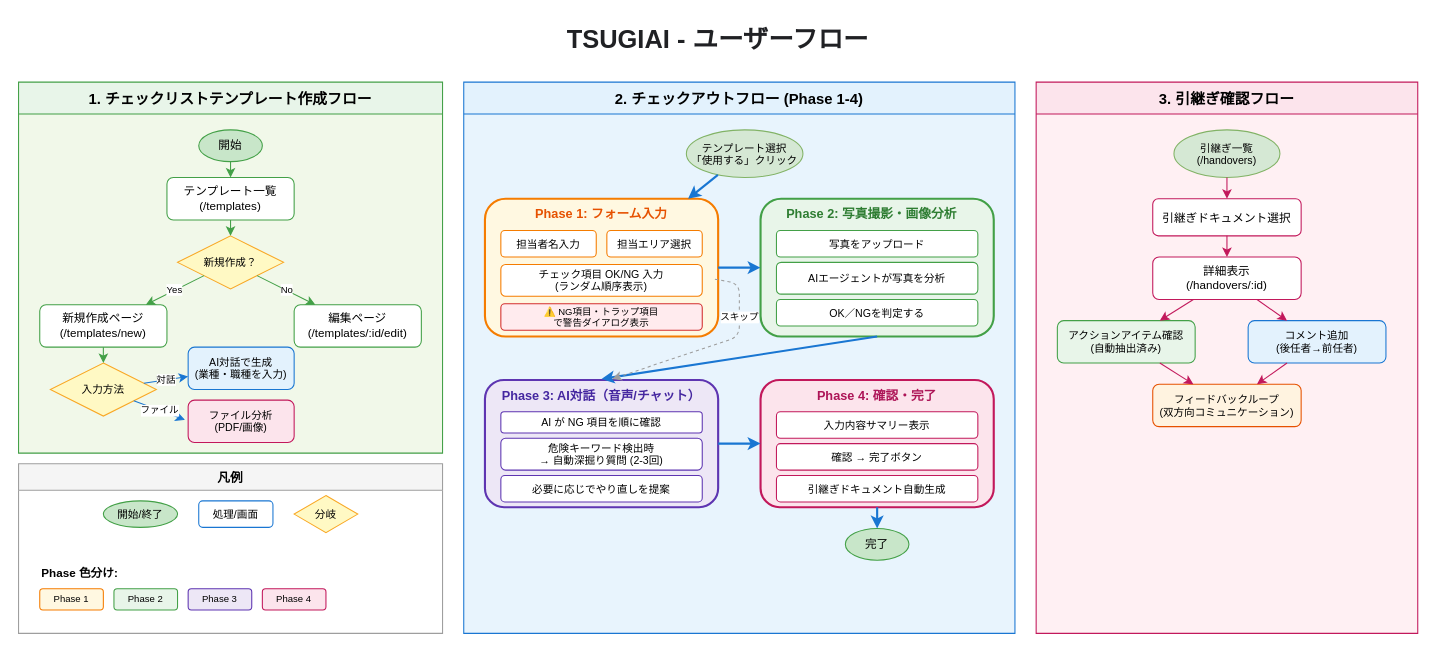
This is docs/user-flow.drawio from kdoai/tsugiai, a draw.io file, before an edit. Source tidied: cells renumbered, new cells numbered last; positions are measured from the earlier drawing's top-left corner, leaving out a move shared by most shapes. Both pictures are drawn from the tidied source at 106%, with x=0, y=0 at pixel (18, 18).
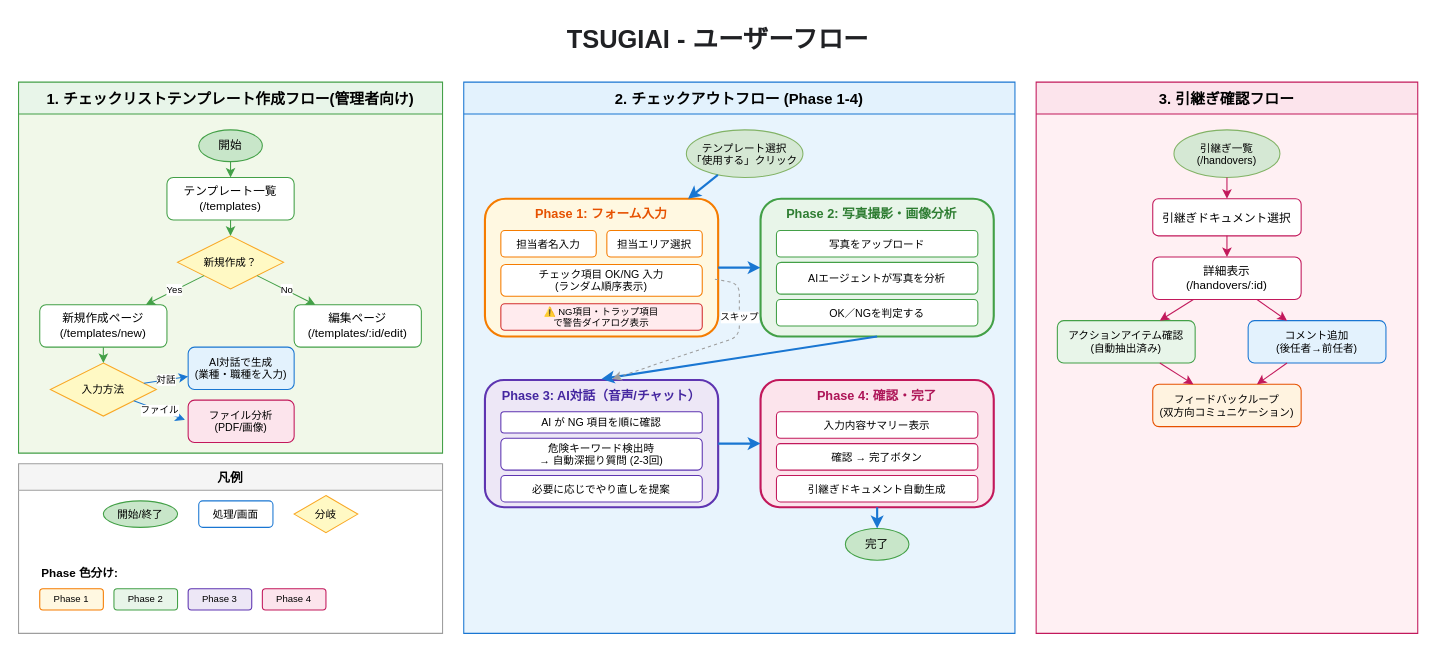
The same diagram, later.

Commit message (it also covers changes not shown here):
Update README, agent, user flow, firebase config, login page

Change to the diagram source:
```diff
@@
-    <mxCell id="3" value="1. チェックリストテンプレート作成フロー" style="swimlane;fontStyle=1;horizontal=1;startSize=30;fillColor=#E8F5E9;strokeColor=#43A047;fontSize=14;swimlaneFillColor=#F1F8E9;" parent="1" vertex="1">
+    <mxCell id="3" value="1. チェックリストテンプレート作成フロー(管理者向け)" style="swimlane;fontStyle=1;horizontal=1;startSize=30;fillColor=#E8F5E9;strokeColor=#43A047;fontSize=14;swimlaneFillColor=#F1F8E9;" parent="1" vertex="1">
       <mxGeometry y="60" width="400" height="350" as="geometry" />
     </mxCell>
```
